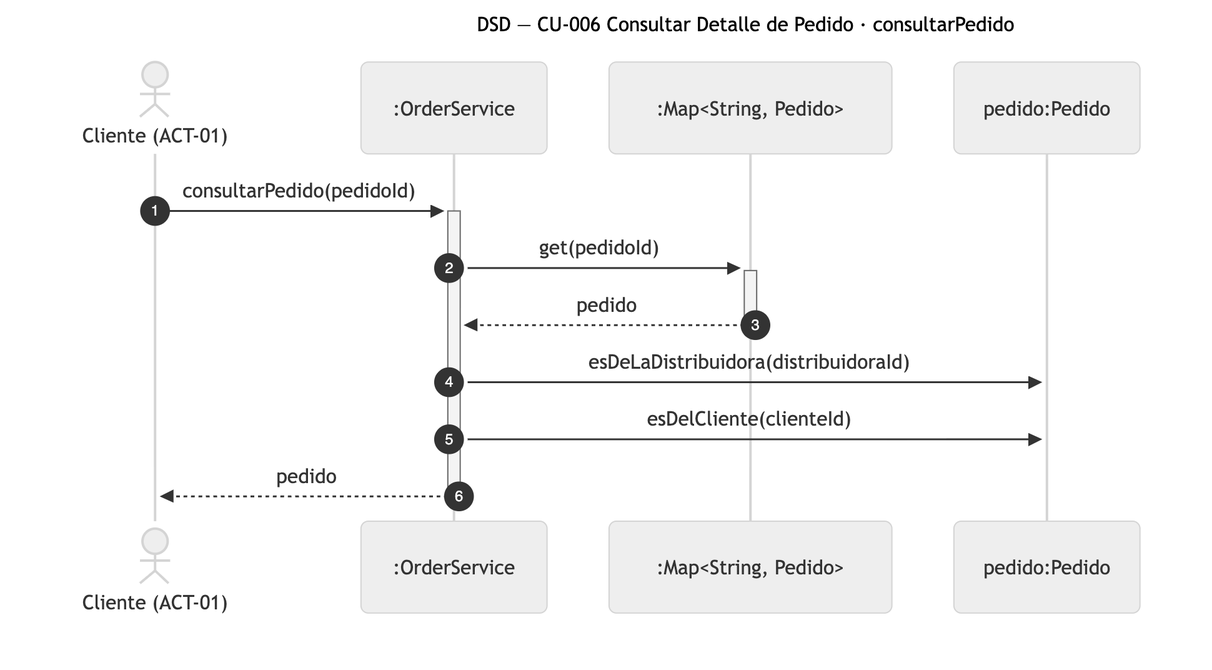
Above: diagramas/png/DSD_CU-006_consultarPedido.png in Nahuelito-Dev/splg-docs (Mermaid), before the change. Its source is kept beside it as diagramas/DSD_CU-006_consultarPedido.mmd. The source it was exported from:
```mermaid
sequenceDiagram
    title DSD — CU-006 Consultar Detalle de Pedido · consultarPedido
    autonumber
    actor CLI as Cliente (ACT-01)
    participant SRV as :OrderService
    participant COL as :Map#lt;String, Pedido#gt;
    participant PED as pedido:Pedido

    CLI->>+SRV: consultarPedido(pedidoId)
    SRV->>+COL: get(pedidoId)
    COL-->>-SRV: pedido
    SRV->>PED: esDeLaDistribuidora(distribuidoraId)
    SRV->>PED: esDelCliente(clienteId)
    SRV-->>-CLI: pedido
```
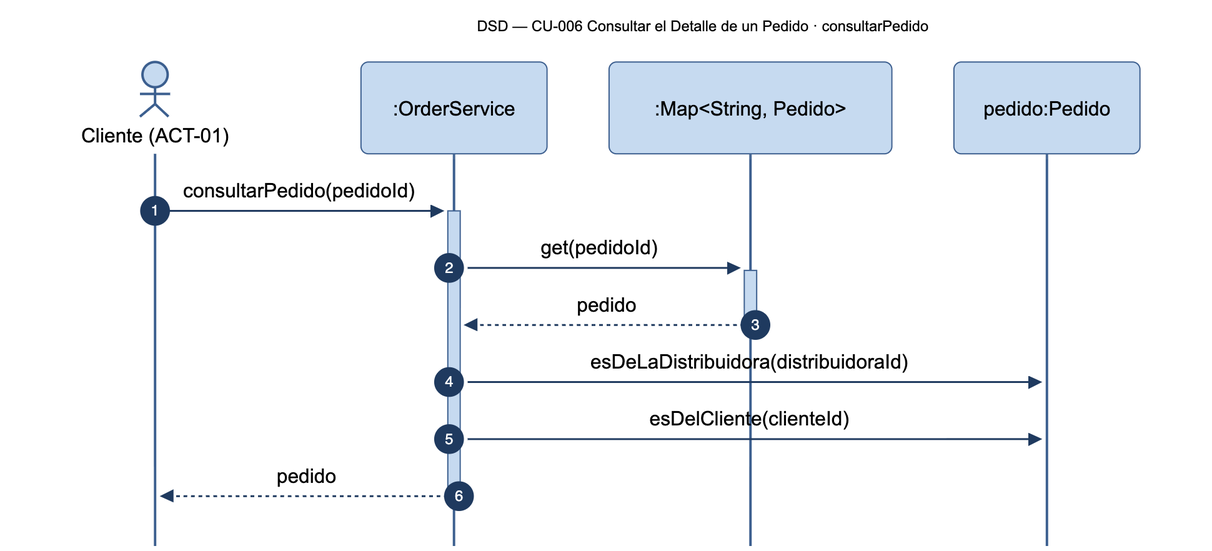
After the change.

What changed in the source:
```diff
@@ -1,5 +1,5 @@
 sequenceDiagram
-    title DSD — CU-006 Consultar Detalle de Pedido · consultarPedido
+    title DSD — CU-006 Consultar el Detalle de un Pedido · consultarPedido
     autonumber
     actor CLI as Cliente (ACT-01)
     participant SRV as :OrderService
```
